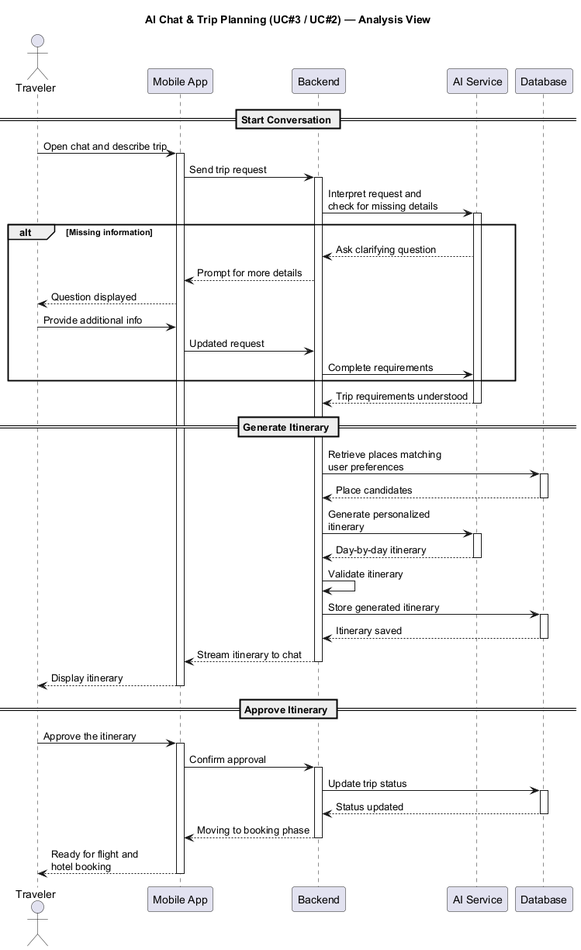
AbdelrahmanMostafa33/TourMate-AI keeps this PlantUML diagram as docs/Diagrams/Chat_Planning_Flow.png. Above is the earlier version.
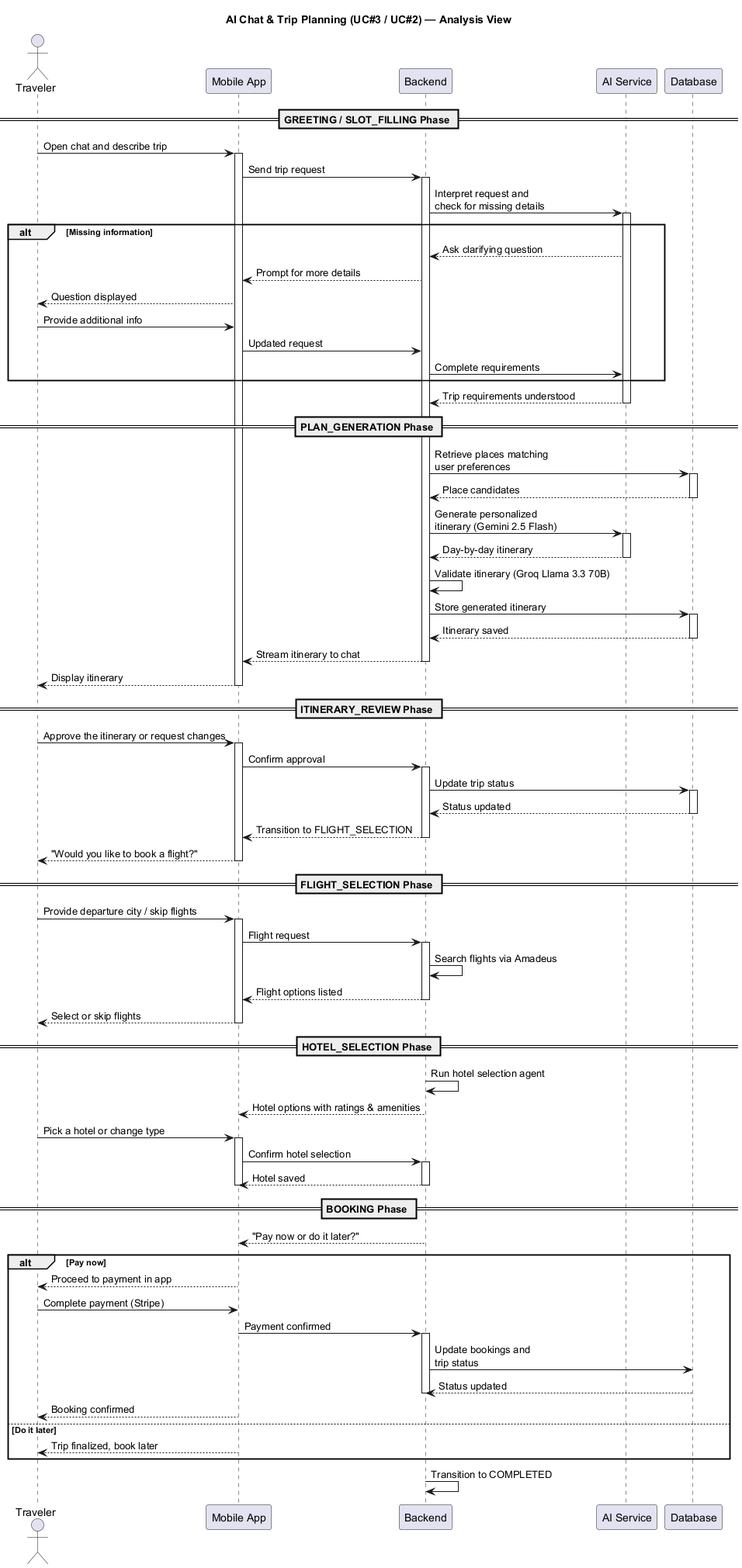
After the commit.

The edit, as a diff of the source:
```diff
@@ -7,7 +7,7 @@
 participant "AI Service" as AI
 participant "Database" as DB
 
-== Start Conversation ==
+== GREETING / SLOT_FILLING Phase ==
 
 Traveler -> App: Open chat and describe trip
 activate App
@@ -30,19 +30,19 @@
 AI --> Backend: Trip requirements understood
 deactivate AI
 
-== Generate Itinerary ==
+== PLAN_GENERATION Phase ==
 
 Backend -> DB: Retrieve places matching\nuser preferences
 activate DB
 DB --> Backend: Place candidates
 deactivate DB
 
-Backend -> AI: Generate personalized\nitinerary
+Backend -> AI: Generate personalized\nitinerary (Gemini 2.5 Flash)
 activate AI
 AI --> Backend: Day-by-day itinerary
 deactivate AI
 
-Backend -> Backend: Validate itinerary
+Backend -> Backend: Validate itinerary (Groq Llama 3.3 70B)
 Backend -> DB: Store generated itinerary
 activate DB
 DB --> Backend: Itinerary saved
@@ -54,9 +54,9 @@
 App --> Traveler: Display itinerary
 deactivate App
 
-== Approve Itinerary ==
+== ITINERARY_REVIEW Phase ==
 
-Traveler -> App: Approve the itinerary
+Traveler -> App: Approve the itinerary or request changes
 activate App
 
 App -> Backend: Confirm approval
@@ -67,10 +67,58 @@
 DB --> Backend: Status updated
 deactivate DB
 
-Backend --> App: Moving to booking phase
+Backend --> App: Transition to FLIGHT_SELECTION
 deactivate Backend
 
-App --> Traveler: Ready for flight and\nhotel booking
+App --> Traveler: "Would you like to book a flight?"
 deactivate App
 
+== FLIGHT_SELECTION Phase ==
+
+Traveler -> App: Provide departure city / skip flights
+activate App
+
+App -> Backend: Flight request
+activate Backend
+
+Backend -> Backend: Search flights via Amadeus
+Backend --> App: Flight options listed
+deactivate Backend
+
+App --> Traveler: Select or skip flights
+deactivate App
+
+== HOTEL_SELECTION Phase ==
+
+Backend -> Backend: Run hotel selection agent
+Backend --> App: Hotel options with ratings & amenities
+deactivate Backend
+
+Traveler -> App: Pick a hotel or change type
+activate App
+App -> Backend: Confirm hotel selection
+activate Backend
+Backend --> App: Hotel saved
+deactivate Backend
+deactivate App
+
+== BOOKING Phase ==
+
+Backend --> App: "Pay now or do it later?"
+
+alt Pay now
+  App --> Traveler: Proceed to payment in app
+  Traveler -> App: Complete payment (Stripe)
+  App -> Backend: Payment confirmed
+  activate Backend
+  Backend -> DB: Update bookings and\ntrip status
+  DB --> Backend: Status updated
+  deactivate Backend
+  App --> Traveler: Booking confirmed
+else Do it later
+  App --> Traveler: Trip finalized, book later
+end
+
+Backend -> Backend: Transition to COMPLETED
+
 @enduml
```
